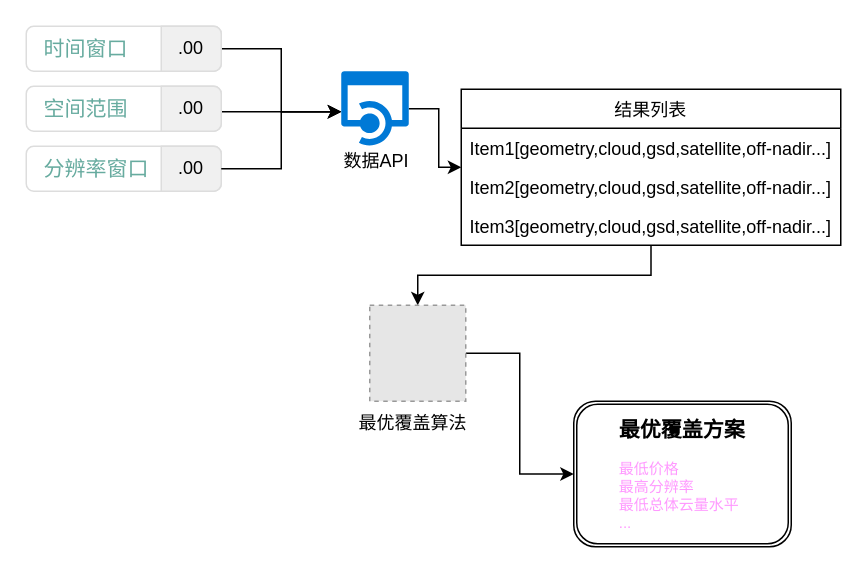
Earlier version of the draw.io diagram 影像查询和融合系统.drawio (dorbodwolf/graphs_from_draw.io). Source tidied: cells renumbered, new cells numbered last; positions are measured from the earlier drawing's top-left corner, leaving out a move shared by most shapes. Both pictures are drawn from the tidied source at 150%, with x=0, y=0 at pixel (26, 26). Pictures stored in the file or linked from it are replaced by grey dashed boxes.
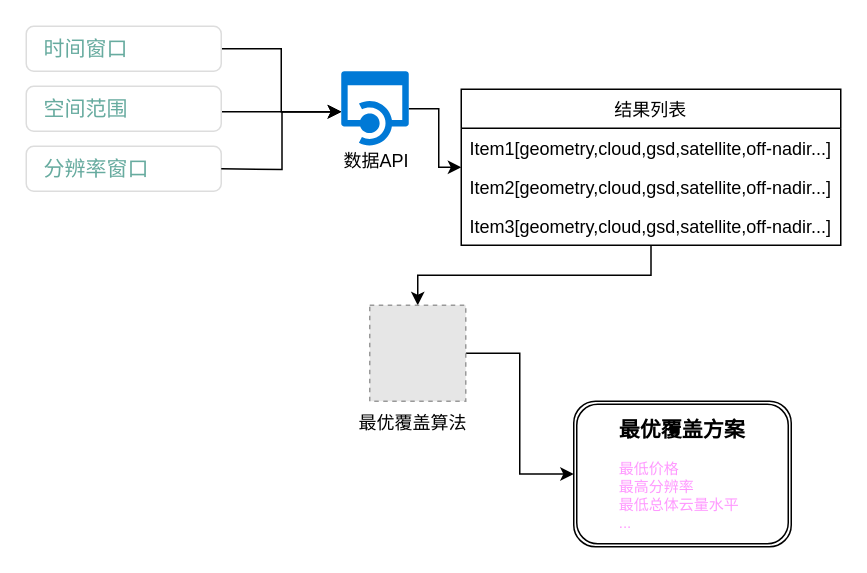
The same page after the edit.

Commit message:
Update 影像查询和融合系统.drawio

Unchanged cells that the change refers to:
```xml
<mxCell id="3" value="&lt;font color=&quot;#67ab9f&quot;&gt;时间窗口&lt;/font&gt;" style="html=1;shadow=0;dashed=0;shape=mxgraph.bootstrap.rrect;rSize=5;strokeColor=#dddddd;fillColor=#ffffff;spacingLeft=10;fontSize=14;align=left;fontColor=#dddddd;whiteSpace=wrap;" parent="1" vertex="1">
  <mxGeometry width="130" height="30" as="geometry" />
</mxCell>
<mxCell id="6" value="&lt;font color=&quot;#67ab9f&quot;&gt;空间范围&lt;/font&gt;" style="html=1;shadow=0;dashed=0;shape=mxgraph.bootstrap.rrect;rSize=5;strokeColor=#dddddd;fillColor=#ffffff;spacingLeft=10;fontSize=14;align=left;fontColor=#dddddd;whiteSpace=wrap;" parent="1" vertex="1">
  <mxGeometry y="40" width="130" height="30" as="geometry" />
</mxCell>
<mxCell id="8" value="&lt;font color=&quot;#67ab9f&quot;&gt;分辨率窗口&lt;/font&gt;" style="html=1;shadow=0;dashed=0;shape=mxgraph.bootstrap.rrect;rSize=5;strokeColor=#dddddd;fillColor=#ffffff;spacingLeft=10;fontSize=14;align=left;fontColor=#dddddd;whiteSpace=wrap;" parent="1" vertex="1">
  <mxGeometry y="80" width="130" height="30" as="geometry" />
</mxCell>
<mxCell id="12" style="shadow=0;dashed=0;html=1;strokeColor=none;labelPosition=center;verticalLabelPosition=bottom;verticalAlign=top;align=center;shape=mxgraph.mscae.cloud.api_app;fillColor=#0079D6;" parent="1" vertex="1">
  <mxGeometry x="210" y="30" width="45" height="50" as="geometry" />
</mxCell>
```

Change to the diagram source:
```diff
@@
-    <mxCell id="4" value=".00" style="html=1;shadow=0;dashed=0;shape=mxgraph.bootstrap.rightButton;rSize=5;strokeColor=#dddddd;fillColor=#f0f0f0;whiteSpace=wrap;" parent="3" vertex="1">
-      <mxGeometry x="1" width="40" height="30" relative="1" as="geometry">
-        <mxPoint x="-40" as="offset" />
-      </mxGeometry>
-    </mxCell>
@@
-    <mxCell id="7" value=".00" style="html=1;shadow=0;dashed=0;shape=mxgraph.bootstrap.rightButton;rSize=5;strokeColor=#dddddd;fillColor=#f0f0f0;whiteSpace=wrap;" parent="6" vertex="1">
-      <mxGeometry x="1" width="40" height="30" relative="1" as="geometry">
-        <mxPoint x="-40" as="offset" />
-      </mxGeometry>
-    </mxCell>
@@
-    <mxCell id="9" value=".00" style="html=1;shadow=0;dashed=0;shape=mxgraph.bootstrap.rightButton;rSize=5;strokeColor=#dddddd;fillColor=#f0f0f0;whiteSpace=wrap;" parent="8" vertex="1">
-      <mxGeometry x="1" width="40" height="30" relative="1" as="geometry">
-        <mxPoint x="-40" as="offset" />
-      </mxGeometry>
-    </mxCell>
-    <mxCell id="10" style="edgeStyle=orthogonalEdgeStyle;rounded=0;jettySize=auto;html=1;entryX=0;entryY=0.54;entryDx=0;entryDy=0;entryPerimeter=0;" parent="8" edge="1" source="9" target="12">
-      <mxGeometry relative="1" as="geometry" />
+    <mxCell id="10" style="edgeStyle=orthogonalEdgeStyle;rounded=0;jettySize=auto;html=1;entryX=0;entryY=0.54;entryDx=0;entryDy=0;entryPerimeter=0;" parent="8" edge="1" target="12">
+      <mxGeometry relative="1" as="geometry">
+        <mxPoint x="130" y="15" as="sourcePoint" />
+      </mxGeometry>
     </mxCell>
```
